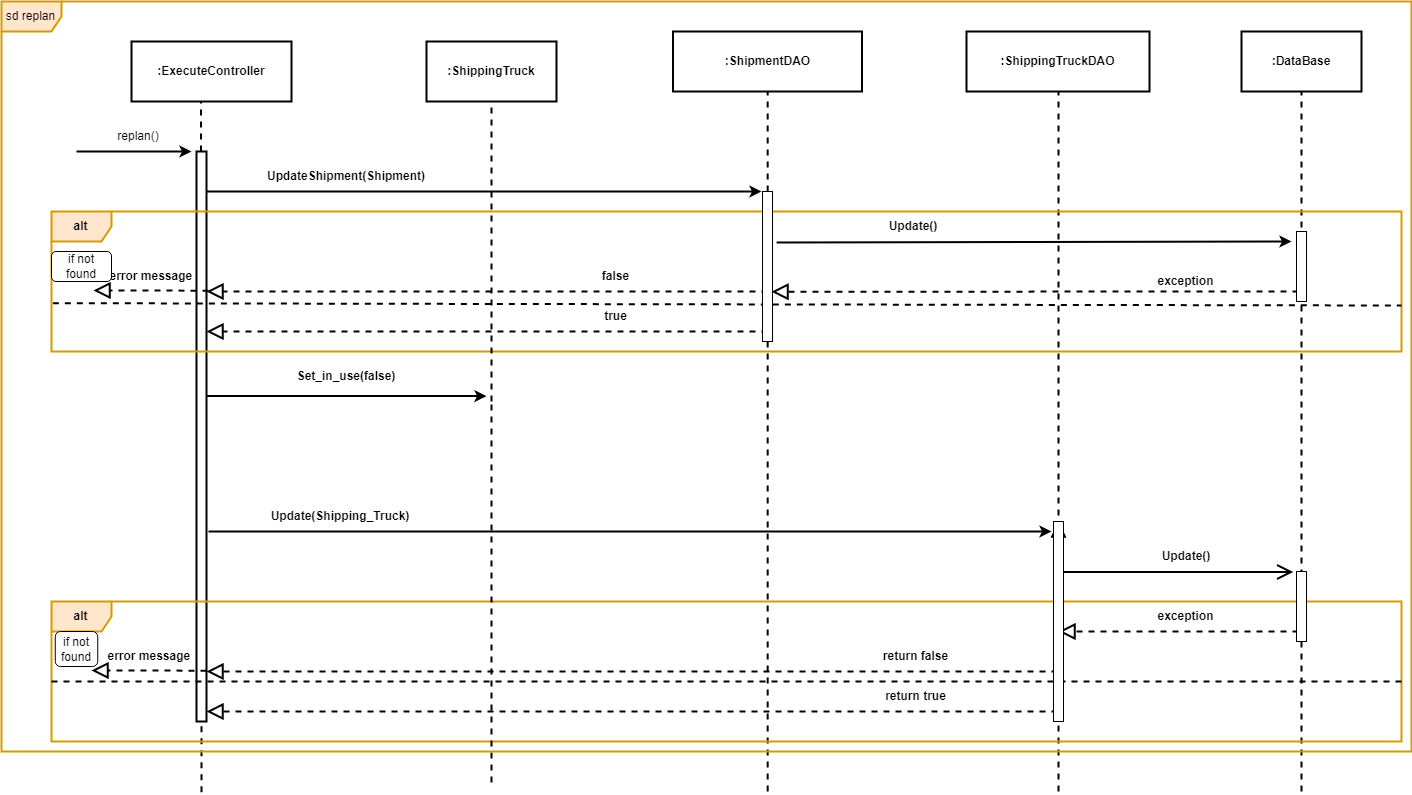
This is C4 - replan.drawio.png from omerad1/drw, a draw.io export, as it was before one commit. Source tidied: cells renumbered, new cells last; positions are measured from the earlier drawing's top-left corner, leaving out a move shared by most shapes.
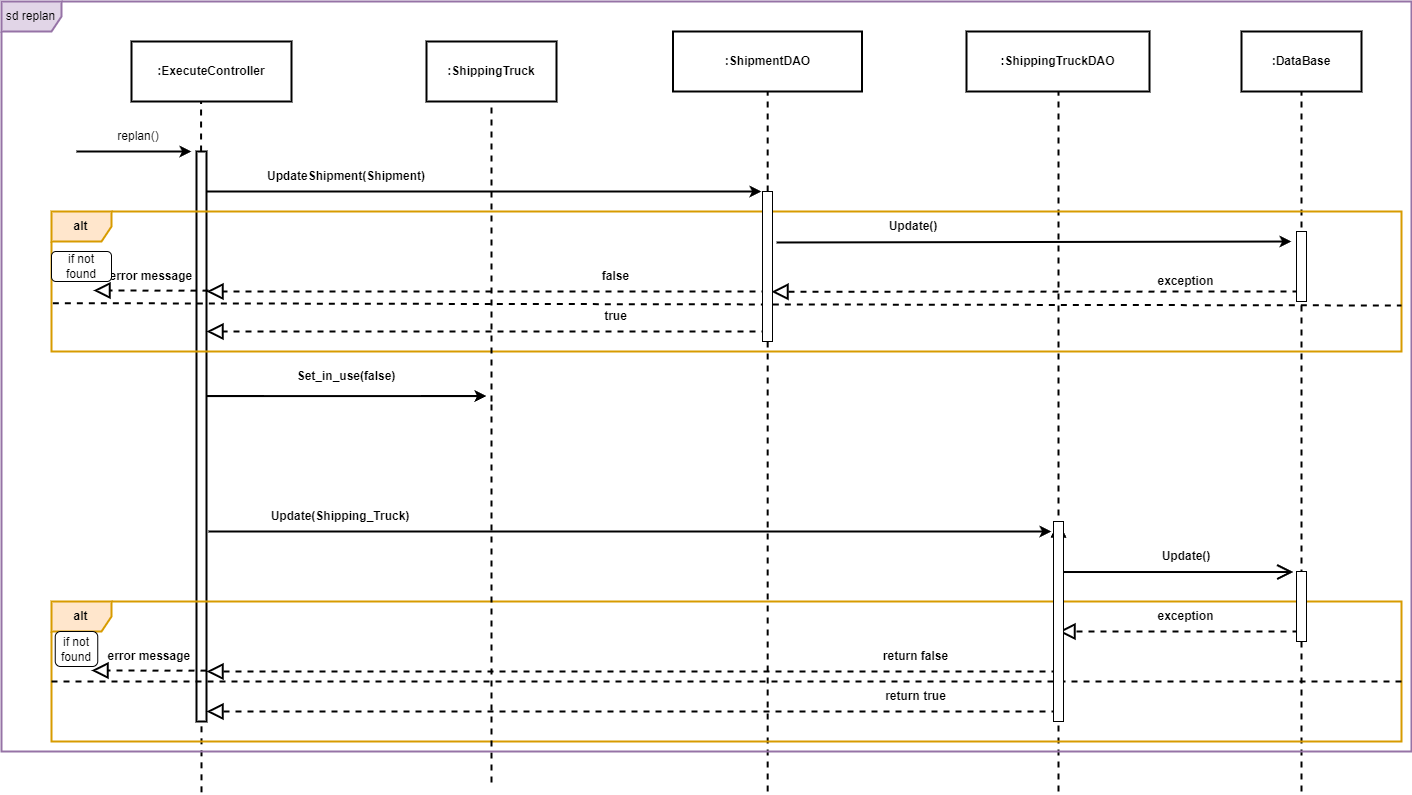
Later version of the same file.

Diff of the diagram source:
```diff
@@ -258,7 +258,7 @@
     <mxCell id="58" value="if not found" style="text;html=1;strokeColor=none;fillColor=none;align=center;verticalAlign=middle;whiteSpace=wrap;rounded=0;" parent="1" vertex="1">
       <mxGeometry x="45" y="632.5" width="60" height="30" as="geometry" />
     </mxCell>
-    <mxCell id="59" value="&lt;span style=&quot;font-weight: normal;&quot;&gt;sd replan&lt;/span&gt;" style="shape=umlFrame;whiteSpace=wrap;html=1;fontStyle=1;strokeWidth=2;fillColor=#ffe6cc;strokeColor=#d79b00;" parent="1" vertex="1">
+    <mxCell id="59" value="&lt;span style=&quot;font-weight: normal;&quot;&gt;sd replan&lt;/span&gt;" style="shape=umlFrame;whiteSpace=wrap;html=1;fontStyle=1;strokeWidth=2;fillColor=#e1d5e7;strokeColor=#9673a6;" parent="1" vertex="1">
       <mxGeometry width="1410" height="750" as="geometry" />
     </mxCell>
   </root>
```
